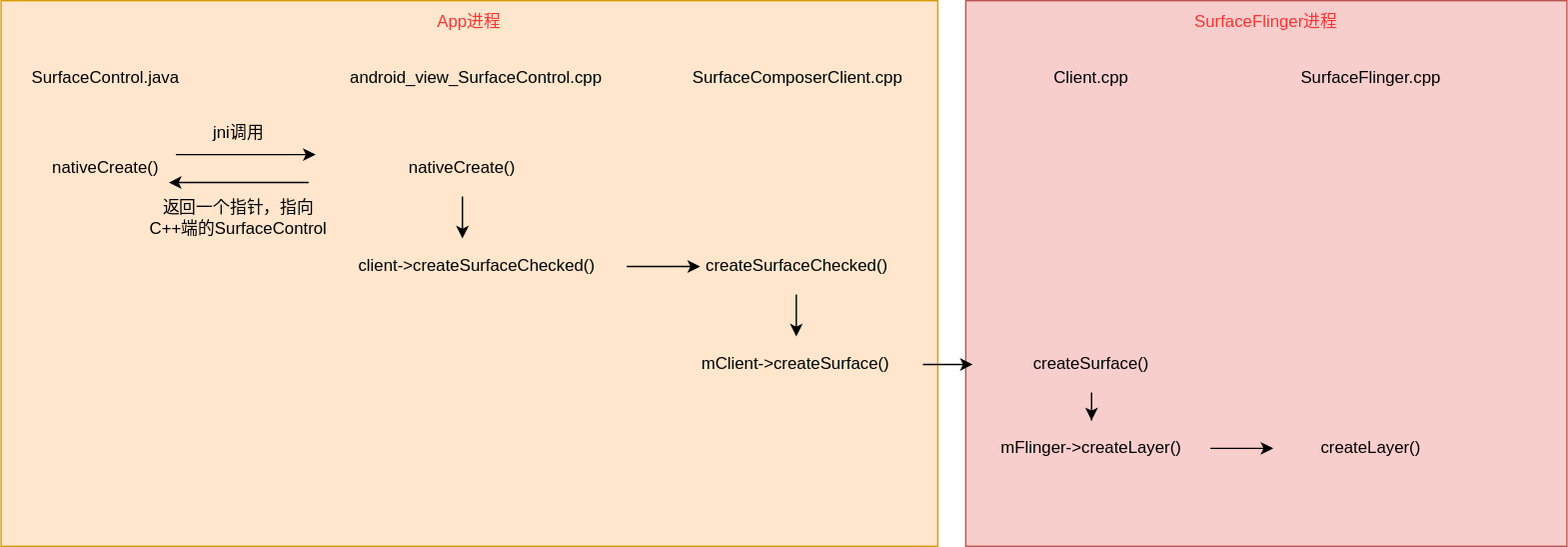
This is SurfaceControl创建流程.drawio.svg from guozhenguang/picture, a draw.io export, as it was before one commit. Source tidied: cells renumbered, new cells last; positions are measured from the earlier drawing's top-left corner, leaving out a move shared by most shapes. Source of this version:
```xml
<mxGraphModel>
  <root>
    <mxCell id="0" />
    <mxCell id="1" parent="0" />
    <mxCell id="2" style="whiteSpace=wrap;html=1;fillColor=#f8cecc;strokeColor=#b85450;" parent="1" vertex="1">
      <mxGeometry x="690" width="430" height="390" as="geometry" />
    </mxCell>
    <mxCell id="3" style="whiteSpace=wrap;html=1;fillColor=#ffe6cc;strokeColor=#d79b00;" parent="1" vertex="1">
      <mxGeometry width="670" height="390" as="geometry" />
    </mxCell>
    <mxCell id="4" value="SurfaceControl.java" style="text;html=1;whiteSpace=wrap;strokeColor=none;fillColor=none;align=center;verticalAlign=middle;rounded=0;" parent="1" vertex="1">
      <mxGeometry x="10" y="40" width="130" height="30" as="geometry" />
    </mxCell>
    <mxCell id="5" value="nativeCreate()" style="text;html=1;whiteSpace=wrap;strokeColor=none;fillColor=none;align=center;verticalAlign=middle;rounded=0;" parent="1" vertex="1">
      <mxGeometry x="25" y="100" width="100" height="40" as="geometry" />
    </mxCell>
    <mxCell id="6" style="edgeStyle=none;orthogonalLoop=1;jettySize=auto;html=1;rounded=0;" parent="1" edge="1">
      <mxGeometry relative="1" as="geometry">
        <mxPoint x="125" y="110" as="sourcePoint" />
        <mxPoint x="225" y="110" as="targetPoint" />
        <Array as="points">
          <mxPoint x="175" y="110" />
        </Array>
      </mxGeometry>
    </mxCell>
    <mxCell id="7" style="edgeStyle=none;orthogonalLoop=1;jettySize=auto;html=1;rounded=0;" parent="1" edge="1">
      <mxGeometry relative="1" as="geometry">
        <mxPoint x="220" y="130" as="sourcePoint" />
        <mxPoint x="120" y="130" as="targetPoint" />
      </mxGeometry>
    </mxCell>
    <mxCell id="8" value="jni调用" style="text;html=1;whiteSpace=wrap;strokeColor=none;fillColor=none;align=center;verticalAlign=middle;rounded=0;" parent="1" vertex="1">
      <mxGeometry x="140" y="80" width="60" height="30" as="geometry" />
    </mxCell>
    <mxCell id="9" value="返回一个指针，指向C++端的SurfaceControl" style="text;html=1;whiteSpace=wrap;strokeColor=none;fillColor=none;align=center;verticalAlign=middle;rounded=0;" parent="1" vertex="1">
      <mxGeometry x="105" y="140" width="130" height="30" as="geometry" />
    </mxCell>
    <mxCell id="10" value="&lt;div class=&quot;lake-content&quot;&gt;&lt;span class=&quot;ne-text&quot;&gt;android_view_SurfaceControl.cpp&lt;/span&gt;&lt;/div&gt;" style="text;html=1;whiteSpace=wrap;strokeColor=none;fillColor=none;align=center;verticalAlign=middle;rounded=0;" parent="1" vertex="1">
      <mxGeometry x="310" y="40" width="60" height="30" as="geometry" />
    </mxCell>
    <mxCell id="11" style="edgeStyle=orthogonalEdgeStyle;rounded=0;jettySize=auto;html=1;" parent="1" edge="1" source="12">
      <mxGeometry relative="1" as="geometry">
        <mxPoint x="330" y="170" as="targetPoint" />
      </mxGeometry>
    </mxCell>
    <mxCell id="12" value="nativeCreate()" style="text;html=1;whiteSpace=wrap;strokeColor=none;fillColor=none;align=center;verticalAlign=middle;rounded=0;" parent="1" vertex="1">
      <mxGeometry x="280" y="100" width="100" height="40" as="geometry" />
    </mxCell>
    <mxCell id="13" style="edgeStyle=orthogonalEdgeStyle;rounded=0;jettySize=auto;html=1;" parent="1" edge="1" source="14">
      <mxGeometry relative="1" as="geometry">
        <mxPoint x="500" y="190" as="targetPoint" />
        <Array as="points">
          <mxPoint x="480" y="190" />
          <mxPoint x="480" y="190" />
        </Array>
      </mxGeometry>
    </mxCell>
    <mxCell id="14" value="client-&amp;gt;createSurfaceChecked()" style="text;html=1;whiteSpace=wrap;strokeColor=none;fillColor=none;align=center;verticalAlign=middle;rounded=0;" parent="1" vertex="1">
      <mxGeometry x="232.5" y="170" width="215" height="40" as="geometry" />
    </mxCell>
    <mxCell id="15" style="edgeStyle=orthogonalEdgeStyle;rounded=0;jettySize=auto;html=1;" parent="1" edge="1" source="16" target="19">
      <mxGeometry relative="1" as="geometry" />
    </mxCell>
    <mxCell id="16" value="createSurfaceChecked()" style="text;html=1;whiteSpace=wrap;strokeColor=none;fillColor=none;align=center;verticalAlign=middle;rounded=0;" parent="1" vertex="1">
      <mxGeometry x="447.5" y="170" width="242.5" height="40" as="geometry" />
    </mxCell>
    <mxCell id="17" value="SurfaceComposerClient.cpp" style="text;html=1;whiteSpace=wrap;strokeColor=none;fillColor=none;align=center;verticalAlign=middle;rounded=0;" parent="1" vertex="1">
      <mxGeometry x="540" y="40" width="60" height="30" as="geometry" />
    </mxCell>
    <mxCell id="18" style="edgeStyle=orthogonalEdgeStyle;rounded=0;jettySize=auto;html=1;" parent="1" edge="1" source="19" target="21">
      <mxGeometry relative="1" as="geometry" />
    </mxCell>
    <mxCell id="19" value="mClient-&amp;gt;createSurface()" style="text;html=1;whiteSpace=wrap;strokeColor=none;fillColor=none;align=center;verticalAlign=middle;rounded=0;" parent="1" vertex="1">
      <mxGeometry x="478.1" y="240" width="181.2" height="40" as="geometry" />
    </mxCell>
    <mxCell id="20" style="edgeStyle=orthogonalEdgeStyle;rounded=0;jettySize=auto;html=1;" parent="1" edge="1" source="21" target="24">
      <mxGeometry relative="1" as="geometry" />
    </mxCell>
    <mxCell id="21" value="createSurface()" style="text;html=1;whiteSpace=wrap;strokeColor=none;fillColor=none;align=center;verticalAlign=middle;rounded=0;" parent="1" vertex="1">
      <mxGeometry x="695" y="240" width="170" height="40" as="geometry" />
    </mxCell>
    <mxCell id="22" value="Client.cpp" style="text;html=1;whiteSpace=wrap;strokeColor=none;fillColor=none;align=center;verticalAlign=middle;rounded=0;" parent="1" vertex="1">
      <mxGeometry x="750" y="40" width="60" height="30" as="geometry" />
    </mxCell>
    <mxCell id="23" style="edgeStyle=orthogonalEdgeStyle;rounded=0;jettySize=auto;html=1;" parent="1" edge="1" source="24" target="25">
      <mxGeometry relative="1" as="geometry" />
    </mxCell>
    <mxCell id="24" value="mFlinger-&amp;gt;createLayer()" style="text;html=1;whiteSpace=wrap;strokeColor=none;fillColor=none;align=center;verticalAlign=middle;rounded=0;" parent="1" vertex="1">
      <mxGeometry x="695" y="300" width="170" height="40" as="geometry" />
    </mxCell>
    <mxCell id="25" value="createLayer()" style="text;html=1;whiteSpace=wrap;strokeColor=none;fillColor=none;align=center;verticalAlign=middle;rounded=0;" parent="1" vertex="1">
      <mxGeometry x="910" y="300" width="140" height="40" as="geometry" />
    </mxCell>
    <mxCell id="26" value="SurfaceFlinger.cpp" style="text;html=1;whiteSpace=wrap;strokeColor=none;fillColor=none;align=center;verticalAlign=middle;rounded=0;" parent="1" vertex="1">
      <mxGeometry x="950" y="40" width="60" height="30" as="geometry" />
    </mxCell>
    <mxCell id="27" value="&lt;font style=&quot;color: rgb(255, 51, 51);&quot;&gt;App进程&lt;/font&gt;" style="text;html=1;whiteSpace=wrap;strokeColor=none;fillColor=none;align=center;verticalAlign=middle;rounded=0;" parent="1" vertex="1">
      <mxGeometry x="305" width="60" height="30" as="geometry" />
    </mxCell>
    <mxCell id="28" value="&lt;font style=&quot;color: rgb(255, 51, 51);&quot;&gt;SurfaceFlinger进程&lt;/font&gt;" style="text;html=1;whiteSpace=wrap;strokeColor=none;fillColor=none;align=center;verticalAlign=middle;rounded=0;" parent="1" vertex="1">
      <mxGeometry x="845" width="120" height="30" as="geometry" />
    </mxCell>
  </root>
</mxGraphModel>
```
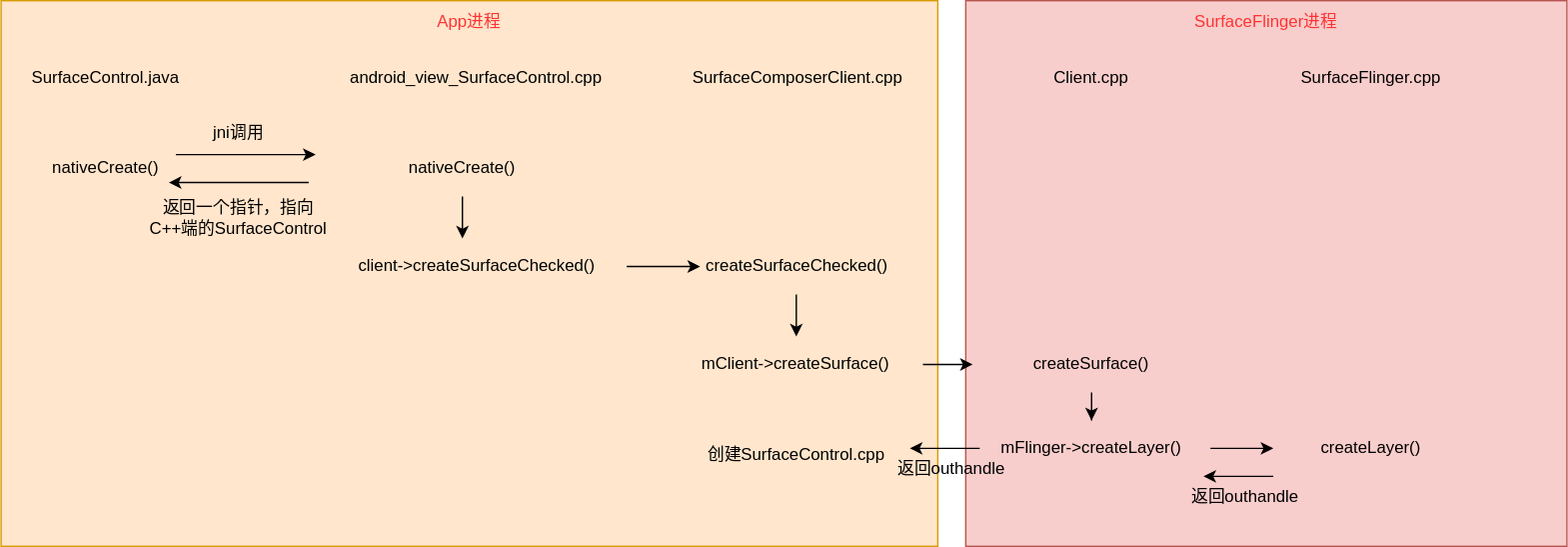
The same diagram one commit later.

Commit message:
更新SurfaceControl创建流程.drawio.svg

Diff of the diagram source:
```diff
@@ -100,5 +100,26 @@
     <mxCell id="28" value="&lt;font style=&quot;color: rgb(255, 51, 51);&quot;&gt;SurfaceFlinger进程&lt;/font&gt;" style="text;html=1;whiteSpace=wrap;strokeColor=none;fillColor=none;align=center;verticalAlign=middle;rounded=0;" parent="1" vertex="1">
       <mxGeometry x="845" width="120" height="30" as="geometry" />
     </mxCell>
+    <mxCell id="29" style="edgeStyle=none;orthogonalLoop=1;jettySize=auto;html=1;rounded=0;" parent="1" edge="1">
+      <mxGeometry relative="1" as="geometry">
+        <mxPoint x="910" y="340" as="sourcePoint" />
+        <mxPoint x="860" y="340" as="targetPoint" />
+      </mxGeometry>
+    </mxCell>
+    <mxCell id="30" value="返回outhandle" style="text;html=1;whiteSpace=wrap;strokeColor=none;fillColor=none;align=center;verticalAlign=middle;rounded=0;" parent="1" vertex="1">
+      <mxGeometry x="840" y="340" width="100" height="30" as="geometry" />
+    </mxCell>
+    <mxCell id="31" style="edgeStyle=none;orthogonalLoop=1;jettySize=auto;html=1;rounded=0;" parent="1" edge="1">
+      <mxGeometry relative="1" as="geometry">
+        <mxPoint x="700" y="320" as="sourcePoint" />
+        <mxPoint x="650" y="320" as="targetPoint" />
+      </mxGeometry>
+    </mxCell>
+    <mxCell id="32" value="返回outhandle" style="text;html=1;whiteSpace=wrap;strokeColor=none;fillColor=none;align=center;verticalAlign=middle;rounded=0;" parent="1" vertex="1">
+      <mxGeometry x="630" y="320" width="100" height="30" as="geometry" />
+    </mxCell>
+    <mxCell id="33" value="创建SurfaceControl.cpp" style="text;html=1;whiteSpace=wrap;strokeColor=none;fillColor=none;align=center;verticalAlign=middle;rounded=0;" parent="1" vertex="1">
+      <mxGeometry x="498.7" y="310" width="140" height="30" as="geometry" />
+    </mxCell>
   </root>
 </mxGraphModel>
```
